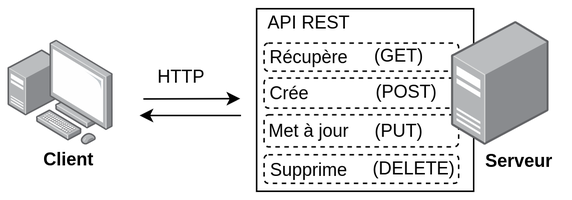
Before: images/client-serveur-rest.png, a diagram exported from draw.io (ulaval-rs/prog-fest-presentation). Source tidied: cells renumbered, new cells last; positions are measured from the earlier drawing's top-left corner, leaving out a move shared by most shapes. Its diagram source:
```xml
<mxGraphModel>
  <root>
    <mxCell id="0" />
    <mxCell id="1" parent="0" />
    <mxCell id="2" style="html=1;align=center;shadow=0;dashed=0;image;image=img/lib/allied_telesis/computer_and_terminals/Personal_Computer_with_Server.svg;" parent="1" vertex="1">
      <mxGeometry y="21.3" width="70" height="70" as="geometry" />
    </mxCell>
    <mxCell id="3" value="&lt;b&gt;Client&lt;/b&gt;" style="text;html=1;align=center;verticalAlign=middle;strokeColor=none;fillColor=none;" parent="1" vertex="1">
      <mxGeometry x="15" y="91.3" width="50" height="20" as="geometry" />
    </mxCell>
    <mxCell id="4" value="&lt;b&gt;Serveur&lt;/b&gt;" style="text;html=1;align=center;verticalAlign=middle;strokeColor=none;fillColor=none;" parent="1" vertex="1">
      <mxGeometry x="310" y="92.2" width="60" height="20" as="geometry" />
    </mxCell>
    <mxCell id="5" style="endArrow=classic;html=1;rounded=0;" parent="1" edge="1">
      <mxGeometry relative="1" as="geometry">
        <mxPoint x="90" y="60.3" as="sourcePoint" />
        <mxPoint x="154.5" y="60.1" as="targetPoint" />
      </mxGeometry>
    </mxCell>
    <mxCell id="6" style="endArrow=none;html=1;rounded=0;startArrow=classic;startFill=1;endFill=0;" parent="1" edge="1">
      <mxGeometry relative="1" as="geometry">
        <mxPoint x="87.5" y="71.3" as="sourcePoint" />
        <mxPoint x="155" y="71.3" as="targetPoint" />
      </mxGeometry>
    </mxCell>
    <mxCell id="7" value="HTTP" style="text;html=1;align=center;verticalAlign=middle;strokeColor=none;fillColor=none;" parent="1" vertex="1">
      <mxGeometry x="90" y="36" width="50" height="20" as="geometry" />
    </mxCell>
    <mxCell id="8" style="rounded=0;whiteSpace=wrap;html=1;" parent="1" vertex="1">
      <mxGeometry x="165.4" y="0.3" width="144.6" height="121.4" as="geometry" />
    </mxCell>
    <mxCell id="9" value="API REST" style="text;html=1;align=center;verticalAlign=middle;strokeColor=none;fillColor=none;" parent="1" vertex="1">
      <mxGeometry x="165.4" y="0.3" width="70" height="20" as="geometry" />
    </mxCell>
    <mxCell id="10" style="rounded=1;whiteSpace=wrap;html=1;dashed=1;" parent="1" vertex="1">
      <mxGeometry x="170.4" y="23.2" width="129.6" height="18.6" as="geometry" />
    </mxCell>
    <mxCell id="11" style="rounded=1;whiteSpace=wrap;html=1;dashed=1;" parent="1" vertex="1">
      <mxGeometry x="170.4" y="46.4" width="129.6" height="20" as="geometry" />
    </mxCell>
    <mxCell id="12" style="rounded=1;whiteSpace=wrap;html=1;dashed=1;" parent="1" vertex="1">
      <mxGeometry x="170.4" y="70.8" width="129.6" height="21.4" as="geometry" />
    </mxCell>
    <mxCell id="13" style="rounded=1;whiteSpace=wrap;html=1;dashed=1;" parent="1" vertex="1">
      <mxGeometry x="170.4" y="97.4" width="129.6" height="19" as="geometry" />
    </mxCell>
    <mxCell id="14" style="html=1;align=center;shadow=0;dashed=0;image;image=img/lib/allied_telesis/computer_and_terminals/Server_Desktop.svg;" parent="1" vertex="1">
      <mxGeometry x="295.4" y="8.9" width="65" height="82.4" as="geometry" />
    </mxCell>
    <mxCell id="15" value="&lt;font face=&quot;Helvetica&quot;&gt;Supprime&lt;/font&gt;" style="text;html=1;align=center;verticalAlign=middle;strokeColor=none;fillColor=none;fontFamily=Courier New;" parent="1" vertex="1">
      <mxGeometry x="165.4" y="98.4" width="70" height="20" as="geometry" />
    </mxCell>
    <mxCell id="16" value="Met à jour" style="text;html=1;align=center;verticalAlign=middle;strokeColor=none;fillColor=none;fontFamily=Helvetica;" parent="1" vertex="1">
      <mxGeometry x="165.4" y="72.2" width="70" height="20" as="geometry" />
    </mxCell>
    <mxCell id="17" value="Récupère" style="text;html=1;align=center;verticalAlign=middle;strokeColor=none;fillColor=none;fontFamily=Helvetica;" parent="1" vertex="1">
      <mxGeometry x="165.4" y="23.2" width="70" height="20" as="geometry" />
    </mxCell>
    <mxCell id="18" value="Crée" style="text;html=1;align=center;verticalAlign=middle;strokeColor=none;fillColor=none;fontFamily=Helvetica;" parent="1" vertex="1">
      <mxGeometry x="167.4" y="47.2" width="40" height="20" as="geometry" />
    </mxCell>
    <mxCell id="19" value="(DELETE)" style="text;html=1;align=center;verticalAlign=middle;strokeColor=none;fillColor=none;fontFamily=Helvetica;" parent="1" vertex="1">
      <mxGeometry x="235.4" y="96.9" width="70" height="20" as="geometry" />
    </mxCell>
    <mxCell id="20" value="(GET)" style="text;html=1;align=center;verticalAlign=middle;strokeColor=none;fillColor=none;fontFamily=Helvetica;" parent="1" vertex="1">
      <mxGeometry x="235.4" y="21.8" width="50" height="20" as="geometry" />
    </mxCell>
    <mxCell id="21" value="(POST)" style="text;html=1;align=center;verticalAlign=middle;strokeColor=none;fillColor=none;fontFamily=Helvetica;" parent="1" vertex="1">
      <mxGeometry x="235.4" y="46.3" width="60" height="20" as="geometry" />
    </mxCell>
    <mxCell id="22" value="(PUT)" style="text;html=1;align=center;verticalAlign=middle;strokeColor=none;fillColor=none;fontFamily=Helvetica;" parent="1" vertex="1">
      <mxGeometry x="235.4" y="71.5" width="50" height="20" as="geometry" />
    </mxCell>
  </root>
</mxGraphModel>
```
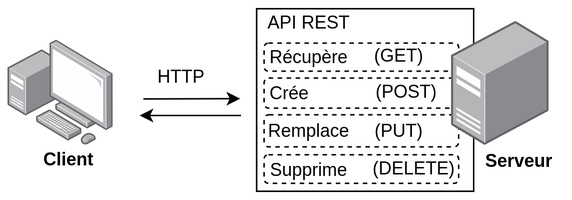
The same diagram one commit later.

Change to the diagram source:
```diff
@@ -50,7 +50,7 @@
     <mxCell id="15" value="&lt;font face=&quot;Helvetica&quot;&gt;Supprime&lt;/font&gt;" style="text;html=1;align=center;verticalAlign=middle;strokeColor=none;fillColor=none;fontFamily=Courier New;" parent="1" vertex="1">
       <mxGeometry x="165.4" y="98.4" width="70" height="20" as="geometry" />
     </mxCell>
-    <mxCell id="16" value="Met à jour" style="text;html=1;align=center;verticalAlign=middle;strokeColor=none;fillColor=none;fontFamily=Helvetica;" parent="1" vertex="1">
+    <mxCell id="16" value="Remplace" style="text;html=1;align=center;verticalAlign=middle;strokeColor=none;fillColor=none;fontFamily=Helvetica;" parent="1" vertex="1">
       <mxGeometry x="165.4" y="72.2" width="70" height="20" as="geometry" />
     </mxCell>
     <mxCell id="17" value="Récupère" style="text;html=1;align=center;verticalAlign=middle;strokeColor=none;fillColor=none;fontFamily=Helvetica;" parent="1" vertex="1">
```
